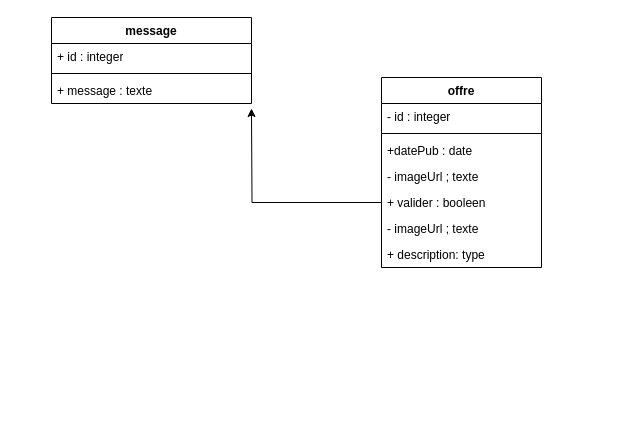
sidofdountio/schoolappui keeps this draw.io diagram as page "Page-4" (4 of 4) of schoolapp-use-case-spring-1.drawio. Above is the earlier version. Source tidied: cells renumbered, new cells numbered last; positions are measured from the earlier drawing's top-left corner, leaving out a move shared by most shapes. Both pictures are drawn from the tidied source at 100%, with x=0, y=0 at pixel (51, 17).
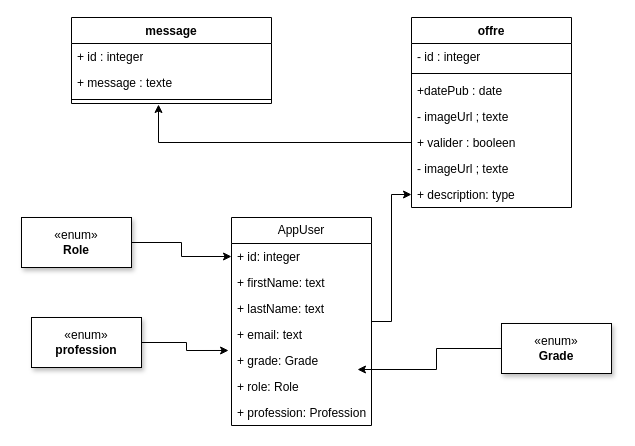
Above is the later version.

The change refers to these unchanged cells:
```xml
<mxCell id="7" value="+ valider : booleen" style="text;strokeColor=none;fillColor=none;align=left;verticalAlign=top;spacingLeft=4;spacingRight=4;overflow=hidden;points=[[0,0.5],[1,0.5]];portConstraint=eastwest;whiteSpace=wrap;html=1;" parent="2" vertex="1">
  <mxGeometry y="112" width="160" height="26" as="geometry" />
</mxCell>
<mxCell id="9" value="+ description: type" style="text;strokeColor=none;fillColor=none;align=left;verticalAlign=top;spacingLeft=4;spacingRight=4;overflow=hidden;points=[[0,0.5],[1,0.5]];portConstraint=eastwest;whiteSpace=wrap;html=1;" parent="2" vertex="1">
  <mxGeometry y="164" width="160" height="26" as="geometry" />
</mxCell>
```

Diff of the diagram source:
```diff
@@
     <mxCell id="2" value="offre" style="swimlane;fontStyle=1;align=center;verticalAlign=top;horizontal=1;startSize=26;whiteSpace=wrap;html=1;" parent="1" vertex="1">
-      <mxGeometry x="330" y="60" width="160" height="190" as="geometry" />
+      <mxGeometry x="360" width="160" height="190" as="geometry" />
     </mxCell>
@@
     <mxCell id="10" value="message" style="swimlane;fontStyle=1;align=center;verticalAlign=top;horizontal=1;startSize=26;whiteSpace=wrap;html=1;" parent="1" vertex="1">
-      <mxGeometry width="200" height="86" as="geometry" />
+      <mxGeometry x="20" width="200" height="86" as="geometry" />
     </mxCell>
@@
+    <mxCell id="13" value="+ message : texte" style="text;strokeColor=none;fillColor=none;align=left;verticalAlign=top;spacingLeft=4;spacingRight=4;overflow=hidden;whiteSpace=wrap;html=1;" parent="10" vertex="1">
+      <mxGeometry y="52" width="200" height="26" as="geometry" />
+    </mxCell>
     <mxCell id="12" style="line;strokeWidth=1;fillColor=none;align=left;verticalAlign=middle;spacingTop=-1;spacingLeft=3;spacingRight=3;labelPosition=right;points=[];portConstraint=eastwest;strokeColor=inherit;" parent="10" vertex="1">
-      <mxGeometry y="52" width="200" height="8" as="geometry" />
+      <mxGeometry y="78" width="200" height="8" as="geometry" />
     </mxCell>
-    <mxCell id="13" value="+ message : texte" style="text;strokeColor=none;fillColor=none;align=left;verticalAlign=top;spacingLeft=4;spacingRight=4;overflow=hidden;whiteSpace=wrap;html=1;" parent="10" vertex="1">
-      <mxGeometry y="60" width="200" height="26" as="geometry" />
-    </mxCell>
-    <mxCell id="14" style="edgeStyle=orthogonalEdgeStyle;rounded=0;jettySize=auto;html=1;entryX=1;entryY=0.5;entryDx=0;entryDy=0;" parent="1" edge="1" source="7">
-      <mxGeometry relative="1" as="geometry">
-        <mxPoint x="200" y="91" as="targetPoint" />
-      </mxGeometry>
-    </mxCell>
+    <mxCell id="15" style="edgeStyle=orthogonalEdgeStyle;rounded=0;jettySize=auto;html=1;exitX=1;exitY=0.5;exitDx=0;exitDy=0;" parent="1" edge="1" source="16" target="9">
+      <mxGeometry relative="1" as="geometry" />
+    </mxCell>
+    <mxCell id="16" value="AppUser" style="swimlane;fontStyle=0;horizontal=1;startSize=26;fillColor=none;whiteSpace=wrap;html=1;" parent="1" vertex="1">
+      <mxGeometry x="180" y="200" width="140" height="208" as="geometry" />
+    </mxCell>
+    <mxCell id="17" value="+ id: integer" style="text;strokeColor=none;fillColor=none;align=left;verticalAlign=top;spacingLeft=4;spacingRight=4;overflow=hidden;points=[[0,0.5],[1,0.5]];portConstraint=eastwest;whiteSpace=wrap;html=1;" parent="16" vertex="1">
+      <mxGeometry y="26" width="140" height="26" as="geometry" />
+    </mxCell>
+    <mxCell id="18" value="+ firstName: text" style="text;strokeColor=none;fillColor=none;align=left;verticalAlign=top;spacingLeft=4;spacingRight=4;overflow=hidden;whiteSpace=wrap;html=1;" parent="16" vertex="1">
+      <mxGeometry y="52" width="140" height="26" as="geometry" />
+    </mxCell>
+    <mxCell id="19" value="+ lastName: text" style="text;strokeColor=none;fillColor=none;align=left;verticalAlign=top;spacingLeft=4;spacingRight=4;overflow=hidden;whiteSpace=wrap;html=1;" parent="16" vertex="1">
+      <mxGeometry y="78" width="140" height="26" as="geometry" />
+    </mxCell>
+    <mxCell id="20" value="+ email: text" style="text;strokeColor=none;fillColor=none;align=left;verticalAlign=top;spacingLeft=4;spacingRight=4;overflow=hidden;whiteSpace=wrap;html=1;" parent="16" vertex="1">
+      <mxGeometry y="104" width="140" height="26" as="geometry" />
+    </mxCell>
+    <mxCell id="21" value="+ grade: Grade" style="text;strokeColor=none;fillColor=none;align=left;verticalAlign=top;spacingLeft=4;spacingRight=4;overflow=hidden;points=[[0,0.5],[1,0.5]];portConstraint=eastwest;whiteSpace=wrap;html=1;" parent="16" vertex="1">
+      <mxGeometry y="130" width="140" height="26" as="geometry" />
+    </mxCell>
+    <mxCell id="22" value="+ role: Role" style="text;strokeColor=none;fillColor=none;align=left;verticalAlign=top;spacingLeft=4;spacingRight=4;overflow=hidden;points=[[0,0.5],[1,0.5]];portConstraint=eastwest;whiteSpace=wrap;html=1;" parent="16" vertex="1">
+      <mxGeometry y="156" width="140" height="26" as="geometry" />
+    </mxCell>
+    <mxCell id="23" value="+ profession: Profession" style="text;strokeColor=none;fillColor=none;align=left;verticalAlign=top;spacingLeft=4;spacingRight=4;overflow=hidden;whiteSpace=wrap;html=1;" parent="16" vertex="1">
+      <mxGeometry y="182" width="140" height="26" as="geometry" />
+    </mxCell>
+    <mxCell id="24" value="&lt;div&gt;«enum»&lt;b&gt;&lt;br&gt;&lt;/b&gt;&lt;/div&gt;&lt;div&gt;&lt;b&gt;profession&lt;br&gt;&lt;/b&gt;&lt;/div&gt;" style="html=1;whiteSpace=wrap;shadow=1;" parent="1" vertex="1">
+      <mxGeometry x="-20" y="300" width="110" height="50" as="geometry" />
+    </mxCell>
+    <mxCell id="25" value="&lt;div&gt;«enum»&lt;b&gt;&lt;br&gt;&lt;/b&gt;&lt;/div&gt;&lt;div&gt;&lt;b&gt;Grade&lt;/b&gt;&lt;/div&gt;" style="html=1;whiteSpace=wrap;shadow=1;" parent="1" vertex="1">
+      <mxGeometry x="450" y="306" width="110" height="50" as="geometry" />
+    </mxCell>
+    <mxCell id="26" style="edgeStyle=orthogonalEdgeStyle;rounded=0;jettySize=auto;html=1;entryX=0;entryY=0.5;entryDx=0;entryDy=0;" parent="1" edge="1" source="27" target="17">
+      <mxGeometry relative="1" as="geometry" />
+    </mxCell>
+    <mxCell id="27" value="&lt;div&gt;«enum»&lt;b&gt;&lt;br&gt;&lt;/b&gt;&lt;/div&gt;&lt;div&gt;&lt;b&gt;Role&lt;/b&gt;&lt;/div&gt;" style="html=1;whiteSpace=wrap;shadow=1;" parent="1" vertex="1">
+      <mxGeometry x="-30" y="200" width="110" height="50" as="geometry" />
+    </mxCell>
+    <mxCell id="28" style="edgeStyle=orthogonalEdgeStyle;rounded=0;jettySize=auto;html=1;entryX=0.435;entryY=1.125;entryDx=0;entryDy=0;entryPerimeter=0;" parent="1" edge="1" source="7" target="12">
+      <mxGeometry relative="1" as="geometry" />
+    </mxCell>
+    <mxCell id="29" style="edgeStyle=orthogonalEdgeStyle;rounded=0;jettySize=auto;html=1;entryX=0.9;entryY=-0.154;entryDx=0;entryDy=0;entryPerimeter=0;" parent="1" edge="1" source="25" target="22">
+      <mxGeometry relative="1" as="geometry" />
+    </mxCell>
+    <mxCell id="30" style="edgeStyle=orthogonalEdgeStyle;rounded=0;jettySize=auto;html=1;entryX=-0.021;entryY=0.115;entryDx=0;entryDy=0;entryPerimeter=0;" parent="1" edge="1" source="24" target="21">
+      <mxGeometry relative="1" as="geometry" />
+    </mxCell>
```
